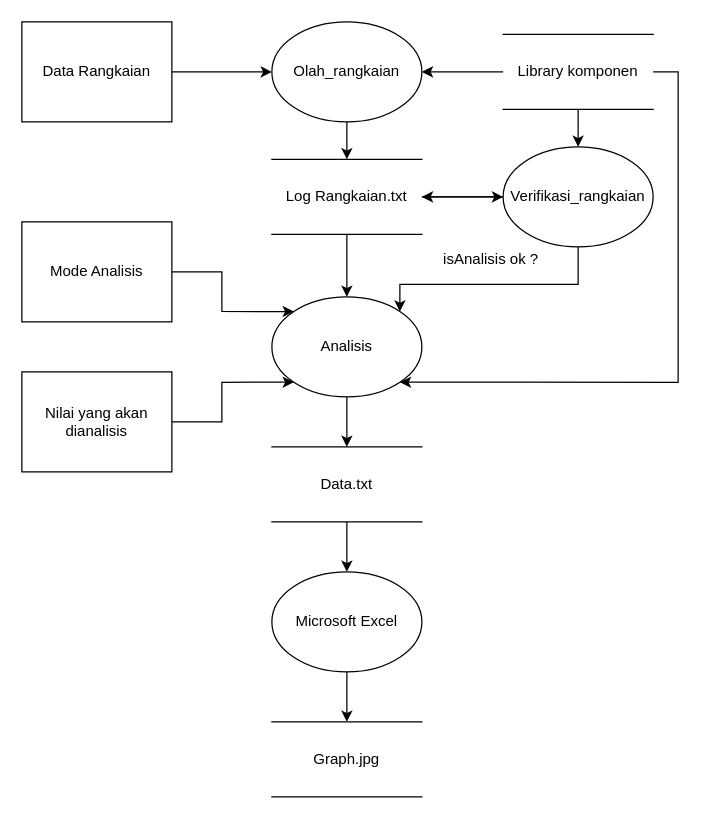
Earlier version of the draw.io diagram page "Level_0" (1 of 3) of Data Flow Diagram.drawio (Lucranix28/TugasBesarPMC-LTSpice). Source tidied: cells renumbered, new cells numbered last; positions are measured from the earlier drawing's top-left corner, leaving out a move shared by most shapes. Both pictures are drawn from the tidied source at 125%, with x=0, y=0 at pixel (21, 21).
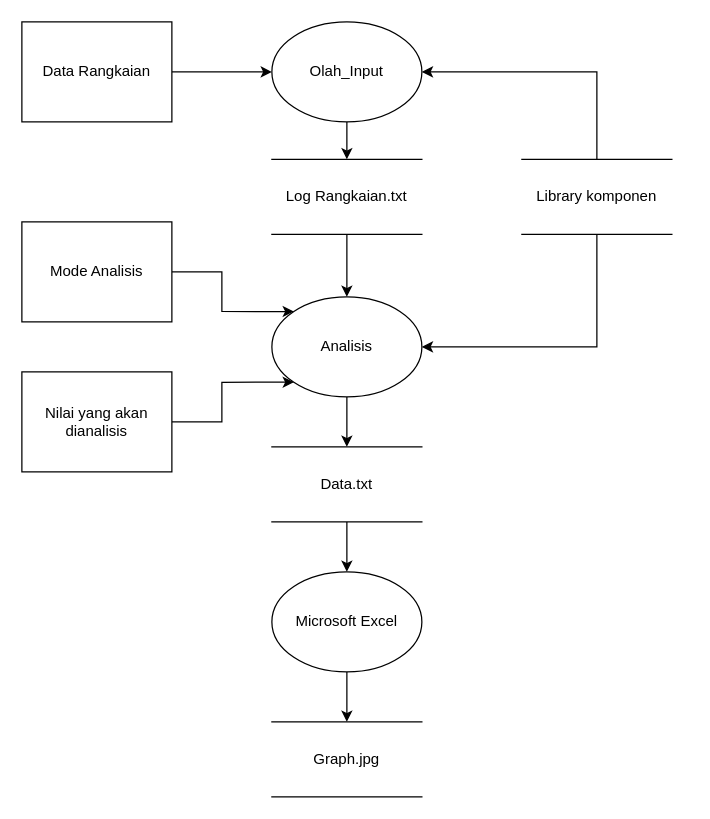
Above is the later version.

Unchanged cells that the change refers to:
```xml
<mxCell id="7" value="Log Rangkaian.txt" style="shape=partialRectangle;whiteSpace=wrap;html=1;left=0;right=0;fillColor=none;" parent="1" vertex="1">
  <mxGeometry x="200" y="110" width="120" height="60" as="geometry" />
</mxCell>
<mxCell id="17" value="Analisis" style="ellipse;whiteSpace=wrap;html=1;" parent="1" vertex="1">
  <mxGeometry x="200" y="220" width="120" height="80" as="geometry" />
</mxCell>
```

The edit, as a diff of the source:
```diff
@@
-    <mxCell id="5" style="edgeStyle=orthogonalEdgeStyle;rounded=0;jettySize=auto;html=1;exitX=1;exitY=0.5;exitDx=0;exitDy=0;entryX=0;entryY=0.5;entryDx=0;entryDy=0;" parent="1" edge="1" source="7" target="15">
-      <mxGeometry relative="1" as="geometry" />
-    </mxCell>
@@
-    <mxCell id="12" value="Olah_rangkaian" style="ellipse;whiteSpace=wrap;html=1;" parent="1" vertex="1">
+    <mxCell id="12" value="Olah_Input" style="ellipse;whiteSpace=wrap;html=1;" parent="1" vertex="1">
       <mxGeometry x="200" width="120" height="80" as="geometry" />
     </mxCell>
-    <mxCell id="13" style="edgeStyle=orthogonalEdgeStyle;rounded=0;jettySize=auto;html=1;exitX=0;exitY=0.5;exitDx=0;exitDy=0;entryX=1;entryY=0.5;entryDx=0;entryDy=0;" parent="1" edge="1" source="15" target="7">
-      <mxGeometry relative="1" as="geometry" />
-    </mxCell>
-    <mxCell id="14" style="edgeStyle=orthogonalEdgeStyle;rounded=0;jettySize=auto;html=1;exitX=0.5;exitY=1;exitDx=0;exitDy=0;entryX=1;entryY=0;entryDx=0;entryDy=0;" parent="1" edge="1" source="15" target="17">
-      <mxGeometry relative="1" as="geometry">
-        <Array as="points">
-          <mxPoint x="445" y="210" />
-          <mxPoint x="302" y="210" />
-        </Array>
-      </mxGeometry>
-    </mxCell>
-    <mxCell id="15" value="Verifikasi_rangkaian" style="ellipse;whiteSpace=wrap;html=1;" parent="1" vertex="1">
-      <mxGeometry x="385" y="100" width="120" height="80" as="geometry" />
-    </mxCell>
@@
-    <mxCell id="23" value="isAnalisis ok ?" style="text;html=1;align=center;verticalAlign=middle;" parent="1" vertex="1">
-      <mxGeometry x="330" y="180" width="90" height="20" as="geometry" />
-    </mxCell>
-    <mxCell id="24" style="edgeStyle=orthogonalEdgeStyle;rounded=0;jettySize=auto;html=1;exitX=0;exitY=0.5;exitDx=0;exitDy=0;entryX=1;entryY=0.5;entryDx=0;entryDy=0;" parent="1" edge="1" source="27" target="12">
+    <mxCell id="24" style="edgeStyle=orthogonalEdgeStyle;rounded=0;jettySize=auto;html=1;exitX=0.5;exitY=0;exitDx=0;exitDy=0;entryX=1;entryY=0.5;entryDx=0;entryDy=0;" parent="1" edge="1" source="27" target="12">
       <mxGeometry relative="1" as="geometry" />
     </mxCell>
-    <mxCell id="25" style="edgeStyle=orthogonalEdgeStyle;rounded=0;jettySize=auto;html=1;exitX=0.5;exitY=1;exitDx=0;exitDy=0;entryX=0.5;entryY=0;entryDx=0;entryDy=0;" parent="1" edge="1" source="27" target="15">
-      <mxGeometry relative="1" as="geometry" />
-    </mxCell>
-    <mxCell id="26" style="edgeStyle=orthogonalEdgeStyle;rounded=0;jettySize=auto;html=1;exitX=1;exitY=0.5;exitDx=0;exitDy=0;entryX=1;entryY=1;entryDx=0;entryDy=0;" parent="1" edge="1" source="27" target="17">
+    <mxCell id="26" style="edgeStyle=orthogonalEdgeStyle;rounded=0;jettySize=auto;html=1;exitX=0.5;exitY=1;exitDx=0;exitDy=0;entryX=1;entryY=0.5;entryDx=0;entryDy=0;" parent="1" edge="1" source="27" target="17">
       <mxGeometry relative="1" as="geometry">
         <Array as="points">
-          <mxPoint x="525" y="40" />
-          <mxPoint x="525" y="288" />
+          <mxPoint x="460" y="260" />
         </Array>
       </mxGeometry>
     </mxCell>
     <mxCell id="27" value="Library komponen" style="shape=partialRectangle;whiteSpace=wrap;html=1;left=0;right=0;fillColor=none;" parent="1" vertex="1">
-      <mxGeometry x="385" y="10" width="120" height="60" as="geometry" />
+      <mxGeometry x="400" y="110" width="120" height="60" as="geometry" />
     </mxCell>
```
